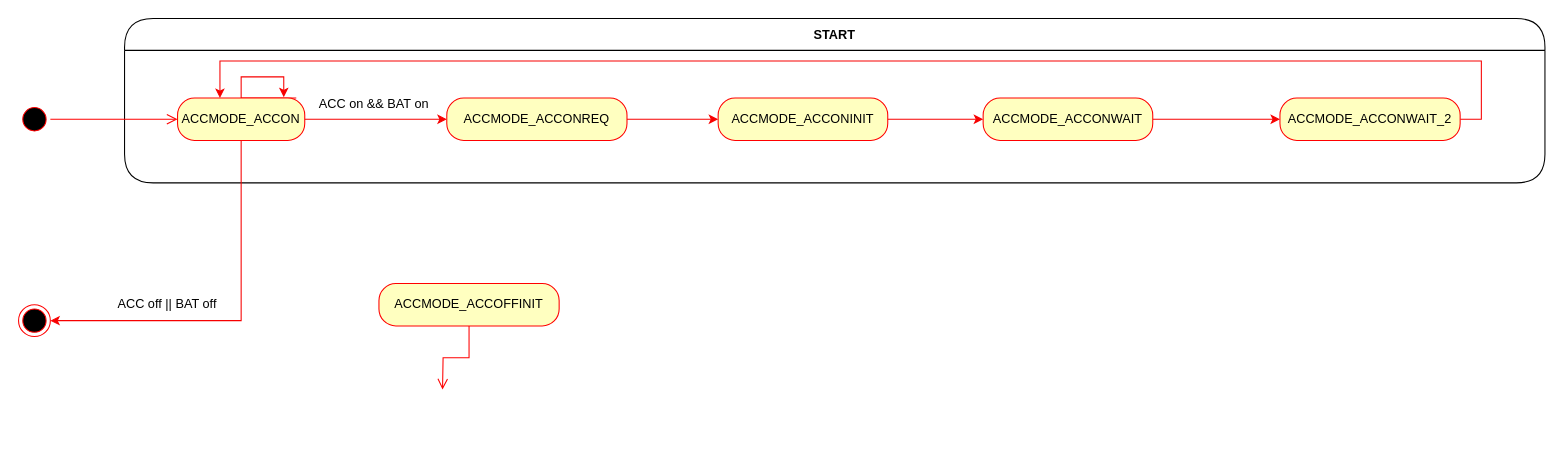
Earlier version of the draw.io diagram page "AccMain" (2 of 2) of 제목 없는 다이어그램.drawio (chaeyoonl/state-transition-diagram-test). Source tidied: cells renumbered, new cells numbered last; positions are measured from the earlier drawing's top-left corner, leaving out a move shared by most shapes. Both pictures are drawn from the tidied source at 106%, with x=0, y=0 at pixel (18, 18).
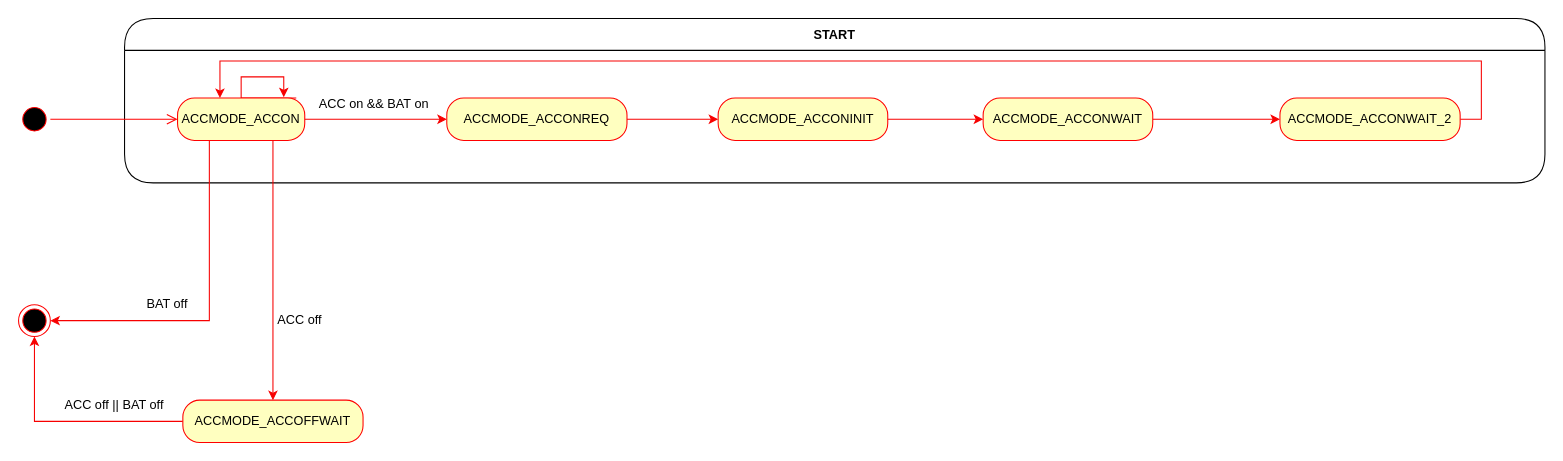
The same page after the edit.

Commit message (it also covers changes not shown here):
제목 없는 다이어그램.drawio 업데이트

The change refers to these unchanged cells:
```xml
<mxCell id="8" value="ACCMODE_ACCON" style="rounded=1;whiteSpace=wrap;html=1;arcSize=40;fontColor=#000000;fillColor=#ffffc0;strokeColor=#ff0000;fillStyle=auto;" parent="1" vertex="1">
  <mxGeometry x="150" y="75" width="120" height="40" as="geometry" />
</mxCell>
<mxCell id="21" style="ellipse;html=1;shape=endState;fillColor=#000000;strokeColor=#ff0000;rounded=1;fillStyle=auto;" parent="1" vertex="1">
  <mxGeometry y="270" width="30" height="30" as="geometry" />
</mxCell>
```

What changed in the source:
```diff
@@
-    <mxCell id="6" style="edgeStyle=orthogonalEdgeStyle;rounded=0;jettySize=auto;html=1;exitX=0.5;exitY=1;exitDx=0;exitDy=0;entryX=1;entryY=0.5;entryDx=0;entryDy=0;strokeColor=#F70000;" parent="1" edge="1" source="8" target="21">
+    <mxCell id="6" style="edgeStyle=orthogonalEdgeStyle;rounded=0;jettySize=auto;html=1;exitX=0.25;exitY=1;exitDx=0;exitDy=0;entryX=1;entryY=0.5;entryDx=0;entryDy=0;strokeColor=#F70000;" parent="1" edge="1" source="8" target="21">
       <mxGeometry relative="1" as="geometry" />
     </mxCell>
@@
+    <mxCell id="22" style="edgeStyle=orthogonalEdgeStyle;rounded=0;jettySize=auto;html=1;exitX=0.75;exitY=1;exitDx=0;exitDy=0;entryX=0.5;entryY=0;entryDx=0;entryDy=0;strokeColor=#F70000;" parent="1" edge="1" source="8" target="17">
+      <mxGeometry relative="1" as="geometry">
+        <Array as="points">
+          <mxPoint x="240" y="350" />
+        </Array>
+      </mxGeometry>
+    </mxCell>
@@
+    <mxCell id="23" style="edgeStyle=orthogonalEdgeStyle;rounded=0;jettySize=auto;html=1;exitX=0;exitY=0.5;exitDx=0;exitDy=0;entryX=0.5;entryY=1;entryDx=0;entryDy=0;strokeColor=#F70000;" parent="1" edge="1" source="17" target="21">
+      <mxGeometry relative="1" as="geometry" />
+    </mxCell>
-    <mxCell id="17" value="ACCMODE_ACCOFFINIT" style="rounded=1;whiteSpace=wrap;html=1;arcSize=40;fontColor=#000000;fillColor=#ffffc0;strokeColor=#ff0000;fillStyle=auto;" parent="1" vertex="1">
-      <mxGeometry x="340" y="250" width="170" height="40" as="geometry" />
+    <mxCell id="17" value="ACCMODE_ACCOFFWAIT" style="rounded=1;whiteSpace=wrap;html=1;arcSize=40;fontColor=#000000;fillColor=#ffffc0;strokeColor=#ff0000;fillStyle=auto;" parent="1" vertex="1">
+      <mxGeometry x="155" y="360" width="170" height="40" as="geometry" />
     </mxCell>
-    <mxCell id="18" style="edgeStyle=orthogonalEdgeStyle;html=1;verticalAlign=bottom;endArrow=open;endSize=8;strokeColor=#ff0000;rounded=0;" parent="1" edge="1" source="17">
-      <mxGeometry relative="1" as="geometry">
-        <mxPoint x="400" y="350" as="targetPoint" />
-      </mxGeometry>
-    </mxCell>
@@
-    <mxCell id="20" value="ACC off || BAT off" style="text;html=1;align=center;verticalAlign=middle;fillColor=none;strokeColor=none;rounded=0;fillStyle=auto;" parent="1" vertex="1">
-      <mxGeometry x="80" y="255" width="120" height="30" as="geometry" />
+    <mxCell id="20" value="BAT off" style="text;html=1;align=center;verticalAlign=middle;fillColor=none;strokeColor=none;rounded=0;fillStyle=auto;" parent="1" vertex="1">
+      <mxGeometry x="110" y="255" width="60" height="30" as="geometry" />
     </mxCell>
@@
+    <mxCell id="24" value="ACC off" style="text;html=1;align=center;verticalAlign=middle;fillColor=none;strokeColor=none;rounded=0;fillStyle=auto;" parent="1" vertex="1">
+      <mxGeometry x="230" y="270" width="70" height="30" as="geometry" />
+    </mxCell>
+    <mxCell id="25" value="ACC off || BAT off" style="text;html=1;align=center;verticalAlign=middle;fillColor=none;strokeColor=none;rounded=0;fillStyle=auto;" parent="1" vertex="1">
+      <mxGeometry x="30" y="350" width="120" height="30" as="geometry" />
+    </mxCell>
```
